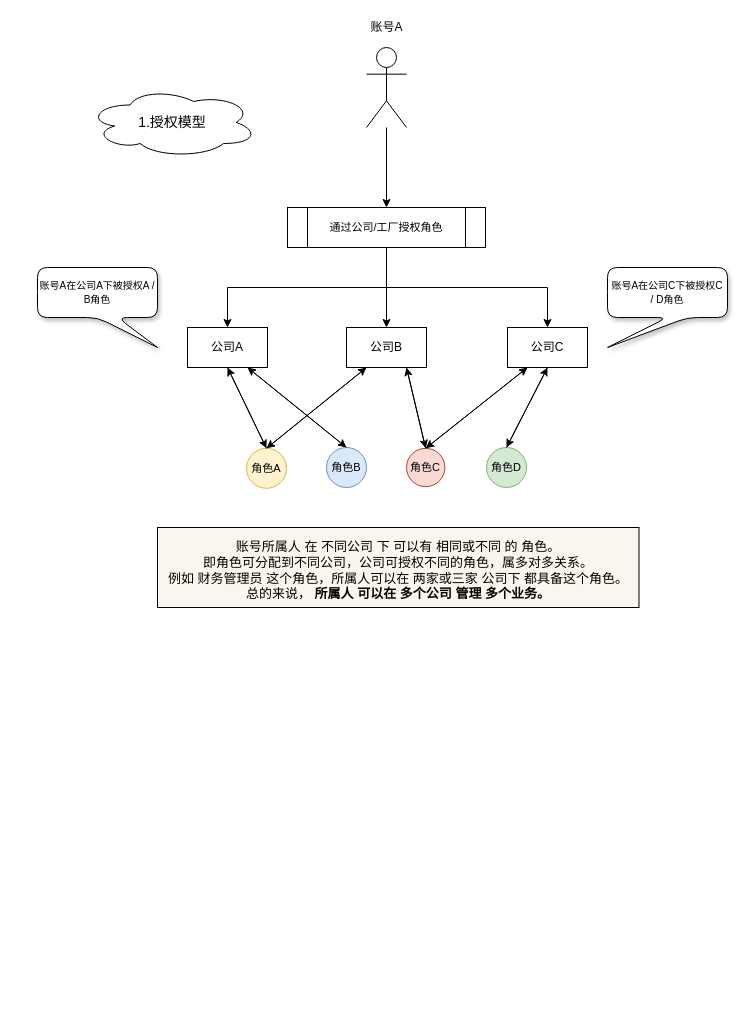
LDChing0321/JavaLearn keeps this draw.io diagram as derucci-公司授权.drawio. Above is the earlier version. Source tidied: cells renumbered, new cells numbered last; positions are measured from the earlier drawing's top-left corner, leaving out a move shared by most shapes. Both pictures are drawn from the tidied source at 100%, with x=0, y=0 at pixel (37, 17).
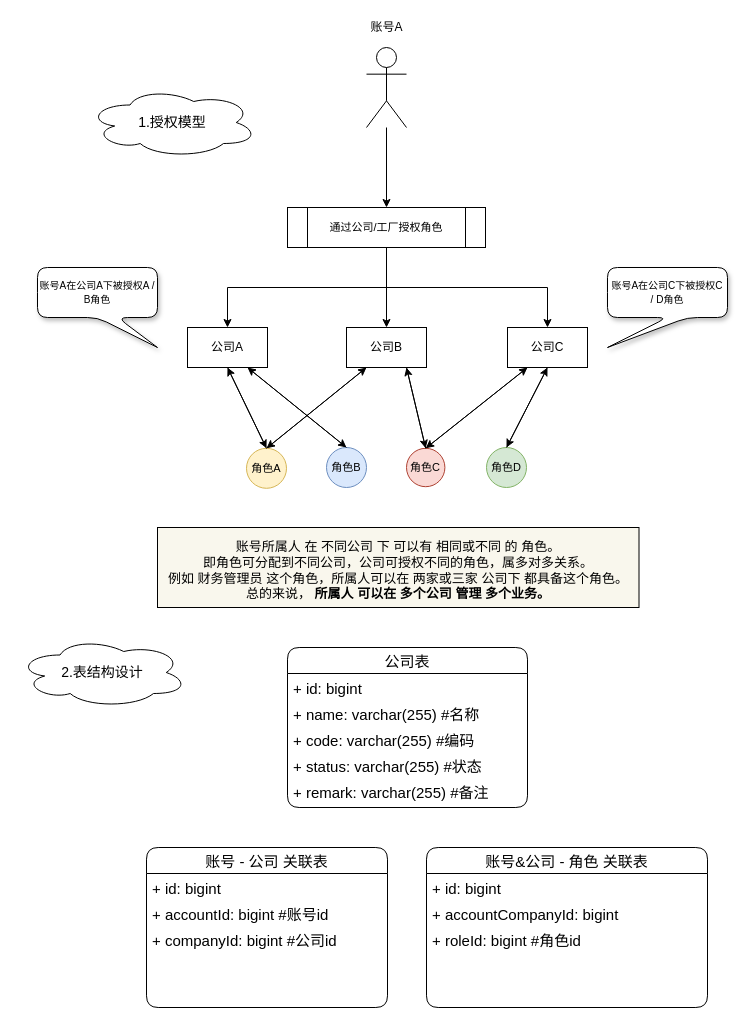
After the change.

Commit message:
更新derucci-公司授权.drawio

Diff of the diagram source:
```diff
@@
+    <mxCell id="34" value="&lt;span style=&quot;font-size: 14px&quot;&gt;2.表结构设计&lt;/span&gt;" style="ellipse;shape=cloud;whiteSpace=wrap;html=1;rounded=1;shadow=0;glass=1;sketch=0;fontSize=10;" parent="1" vertex="1">
+      <mxGeometry x="-20" y="620" width="170" height="70" as="geometry" />
+    </mxCell>
+    <mxCell id="35" value="公司表" style="swimlane;fontStyle=0;horizontal=1;startSize=26;fillColor=none;rounded=1;shadow=0;glass=0;sketch=0;fontSize=15;strokeColor=default;" parent="1" vertex="1">
+      <mxGeometry x="250" y="630" width="240" height="160" as="geometry" />
+    </mxCell>
+    <mxCell id="36" value="+ id: bigint" style="text;strokeColor=none;fillColor=none;align=left;verticalAlign=top;spacingLeft=4;spacingRight=4;overflow=hidden;rounded=1;shadow=0;glass=0;sketch=0;fontSize=15;" parent="35" vertex="1">
+      <mxGeometry y="26" width="240" height="26" as="geometry" />
+    </mxCell>
+    <mxCell id="37" value="+ name: varchar(255) #名称" style="text;strokeColor=none;fillColor=none;align=left;verticalAlign=top;spacingLeft=4;spacingRight=4;overflow=hidden;rounded=1;shadow=0;glass=0;sketch=0;fontSize=15;" parent="35" vertex="1">
+      <mxGeometry y="52" width="240" height="26" as="geometry" />
+    </mxCell>
+    <mxCell id="38" value="+ code: varchar(255) #编码" style="text;strokeColor=none;fillColor=none;align=left;verticalAlign=top;spacingLeft=4;spacingRight=4;overflow=hidden;rounded=1;shadow=0;glass=0;sketch=0;fontSize=15;" parent="35" vertex="1">
+      <mxGeometry y="78" width="240" height="26" as="geometry" />
+    </mxCell>
+    <mxCell id="39" value="+ status: varchar(255) #状态&#10;" style="text;strokeColor=none;fillColor=none;align=left;verticalAlign=top;spacingLeft=4;spacingRight=4;overflow=hidden;rounded=1;shadow=0;glass=0;sketch=0;fontSize=15;" parent="35" vertex="1">
+      <mxGeometry y="104" width="240" height="26" as="geometry" />
+    </mxCell>
+    <mxCell id="40" value="+ remark: varchar(255) #备注&#10;" style="text;strokeColor=none;fillColor=none;align=left;verticalAlign=top;spacingLeft=4;spacingRight=4;overflow=hidden;rounded=1;shadow=0;glass=0;sketch=0;fontSize=15;" parent="35" vertex="1">
+      <mxGeometry y="130" width="240" height="30" as="geometry" />
+    </mxCell>
+    <mxCell id="41" value="账号&amp;公司 - 角色 关联表" style="swimlane;fontStyle=0;horizontal=1;startSize=26;fillColor=none;rounded=1;shadow=0;glass=0;sketch=0;fontSize=15;strokeColor=default;" parent="1" vertex="1">
+      <mxGeometry x="389" y="830" width="281" height="160" as="geometry" />
+    </mxCell>
+    <mxCell id="42" value="+ id: bigint" style="text;strokeColor=none;fillColor=none;align=left;verticalAlign=top;spacingLeft=4;spacingRight=4;overflow=hidden;rounded=1;shadow=0;glass=0;sketch=0;fontSize=15;" parent="41" vertex="1">
+      <mxGeometry y="26" width="281" height="26" as="geometry" />
+    </mxCell>
+    <mxCell id="43" value="+ accountCompanyId: bigint" style="text;strokeColor=none;fillColor=none;align=left;verticalAlign=top;spacingLeft=4;spacingRight=4;overflow=hidden;rounded=1;shadow=0;glass=0;sketch=0;fontSize=15;" parent="41" vertex="1">
+      <mxGeometry y="52" width="281" height="26" as="geometry" />
+    </mxCell>
+    <mxCell id="44" value="+ roleId: bigint #角色id" style="text;strokeColor=none;fillColor=none;align=left;verticalAlign=top;spacingLeft=4;spacingRight=4;overflow=hidden;rounded=1;shadow=0;glass=0;sketch=0;fontSize=15;" parent="41" vertex="1">
+      <mxGeometry y="78" width="281" height="82" as="geometry" />
+    </mxCell>
+    <mxCell id="45" value="账号 - 公司 关联表" style="swimlane;fontStyle=0;horizontal=1;startSize=26;fillColor=none;rounded=1;shadow=0;glass=0;sketch=0;fontSize=15;strokeColor=default;" parent="1" vertex="1">
+      <mxGeometry x="109" y="830" width="241" height="160" as="geometry" />
+    </mxCell>
+    <mxCell id="46" value="+ id: bigint" style="text;strokeColor=none;fillColor=none;align=left;verticalAlign=top;spacingLeft=4;spacingRight=4;overflow=hidden;rounded=1;shadow=0;glass=0;sketch=0;fontSize=15;" parent="45" vertex="1">
+      <mxGeometry y="26" width="241" height="26" as="geometry" />
+    </mxCell>
+    <mxCell id="47" value="+ accountId: bigint #账号id" style="text;strokeColor=none;fillColor=none;align=left;verticalAlign=top;spacingLeft=4;spacingRight=4;overflow=hidden;rounded=1;shadow=0;glass=0;sketch=0;fontSize=15;" parent="45" vertex="1">
+      <mxGeometry y="52" width="241" height="26" as="geometry" />
+    </mxCell>
+    <mxCell id="48" value="+ companyId: bigint #公司id" style="text;strokeColor=none;fillColor=none;align=left;verticalAlign=top;spacingLeft=4;spacingRight=4;overflow=hidden;rounded=1;shadow=0;glass=0;sketch=0;fontSize=15;" parent="45" vertex="1">
+      <mxGeometry y="78" width="241" height="82" as="geometry" />
+    </mxCell>
```
